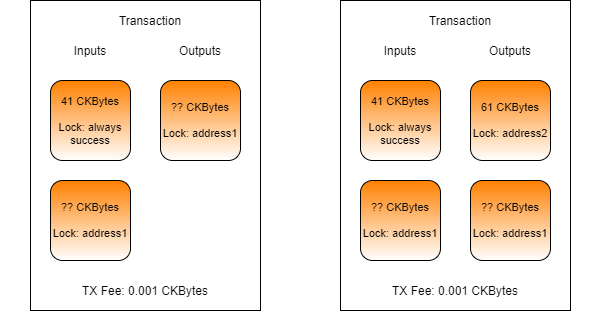
Above: .gitbook/assets/transaction-compare.png in jordanmack/developer-training-course-documentation (draw.io), before the change. Source tidied: cells renumbered, new cells last; positions are measured from the earlier drawing's top-left corner, leaving out a move shared by most shapes. Source of this version:
```xml
<mxGraphModel>
  <root>
    <mxCell id="0" />
    <mxCell id="1" parent="0" />
    <mxCell id="2" style="rounded=0;whiteSpace=wrap;html=1;" parent="1" vertex="1">
      <mxGeometry x="30" width="230" height="310" as="geometry" />
    </mxCell>
    <mxCell id="3" value="Transaction" style="text;html=1;strokeColor=none;fillColor=none;align=center;verticalAlign=middle;whiteSpace=wrap;rounded=0;" parent="1" vertex="1">
      <mxGeometry y="10" width="300" height="20" as="geometry" />
    </mxCell>
    <mxCell id="4" value="Inputs" style="text;html=1;strokeColor=none;fillColor=none;align=center;verticalAlign=middle;whiteSpace=wrap;rounded=0;" parent="1" vertex="1">
      <mxGeometry x="55" y="40" width="70" height="20" as="geometry" />
    </mxCell>
    <mxCell id="5" value="Outputs" style="text;html=1;strokeColor=none;fillColor=none;align=center;verticalAlign=middle;whiteSpace=wrap;rounded=0;" parent="1" vertex="1">
      <mxGeometry x="165" y="40" width="70" height="20" as="geometry" />
    </mxCell>
    <mxCell id="6" value="TX Fee: 0.001 CKBytes" style="text;html=1;strokeColor=none;fillColor=none;align=center;verticalAlign=middle;whiteSpace=wrap;rounded=0;" parent="1" vertex="1">
      <mxGeometry x="45" y="280" width="200" height="20" as="geometry" />
    </mxCell>
    <mxCell id="7" value="?? CKBytes&lt;br&gt;&lt;br&gt;Lock: address1" style="rounded=1;whiteSpace=wrap;html=1;fontSize=11;gradientColor=#ffffff;fillColor=#FF8000;" parent="1" vertex="1">
      <mxGeometry x="160" y="80" width="80" height="80" as="geometry" />
    </mxCell>
    <mxCell id="8" value="41 CKBytes&lt;br&gt;&lt;br&gt;Lock: always success" style="rounded=1;whiteSpace=wrap;html=1;fontSize=11;gradientColor=#ffffff;fillColor=#FF8000;" parent="1" vertex="1">
      <mxGeometry x="50" y="80" width="80" height="80" as="geometry" />
    </mxCell>
    <mxCell id="9" style="rounded=0;whiteSpace=wrap;html=1;" parent="1" vertex="1">
      <mxGeometry x="340" width="230" height="310" as="geometry" />
    </mxCell>
    <mxCell id="10" value="Transaction" style="text;html=1;strokeColor=none;fillColor=none;align=center;verticalAlign=middle;whiteSpace=wrap;rounded=0;" parent="1" vertex="1">
      <mxGeometry x="310" y="10" width="300" height="20" as="geometry" />
    </mxCell>
    <mxCell id="11" value="Inputs" style="text;html=1;strokeColor=none;fillColor=none;align=center;verticalAlign=middle;whiteSpace=wrap;rounded=0;" parent="1" vertex="1">
      <mxGeometry x="365" y="40" width="70" height="20" as="geometry" />
    </mxCell>
    <mxCell id="12" value="Outputs" style="text;html=1;strokeColor=none;fillColor=none;align=center;verticalAlign=middle;whiteSpace=wrap;rounded=0;" parent="1" vertex="1">
      <mxGeometry x="475" y="40" width="70" height="20" as="geometry" />
    </mxCell>
    <mxCell id="13" value="TX Fee: 0.001 CKBytes" style="text;html=1;strokeColor=none;fillColor=none;align=center;verticalAlign=middle;whiteSpace=wrap;rounded=0;" parent="1" vertex="1">
      <mxGeometry x="355" y="280" width="200" height="20" as="geometry" />
    </mxCell>
    <mxCell id="14" value="61 CKBytes&lt;br&gt;&lt;br&gt;Lock: address2" style="rounded=1;whiteSpace=wrap;html=1;fontSize=11;gradientColor=#ffffff;fillColor=#FF8000;" parent="1" vertex="1">
      <mxGeometry x="470" y="80" width="80" height="80" as="geometry" />
    </mxCell>
    <mxCell id="15" value="41 CKBytes&lt;br&gt;&lt;br&gt;Lock: always success" style="rounded=1;whiteSpace=wrap;html=1;fontSize=11;gradientColor=#ffffff;fillColor=#FF8000;" parent="1" vertex="1">
      <mxGeometry x="360" y="80" width="80" height="80" as="geometry" />
    </mxCell>
    <mxCell id="16" value="?? CKBytes&lt;br&gt;&lt;br&gt;Lock: address1" style="rounded=1;whiteSpace=wrap;html=1;fontSize=11;gradientColor=#ffffff;fillColor=#FF8000;" parent="1" vertex="1">
      <mxGeometry x="470" y="180" width="80" height="80" as="geometry" />
    </mxCell>
    <mxCell id="17" value="?? CKBytes&lt;br&gt;&lt;br&gt;Lock: address1" style="rounded=1;whiteSpace=wrap;html=1;fontSize=11;gradientColor=#ffffff;fillColor=#FF8000;" parent="1" vertex="1">
      <mxGeometry x="360" y="180" width="80" height="80" as="geometry" />
    </mxCell>
    <mxCell id="18" value="?? CKBytes&lt;br&gt;&lt;br&gt;Lock: address1" style="rounded=1;whiteSpace=wrap;html=1;fontSize=11;gradientColor=#ffffff;fillColor=#FF8000;" parent="1" vertex="1">
      <mxGeometry x="50" y="180" width="80" height="80" as="geometry" />
    </mxCell>
  </root>
</mxGraphModel>
```
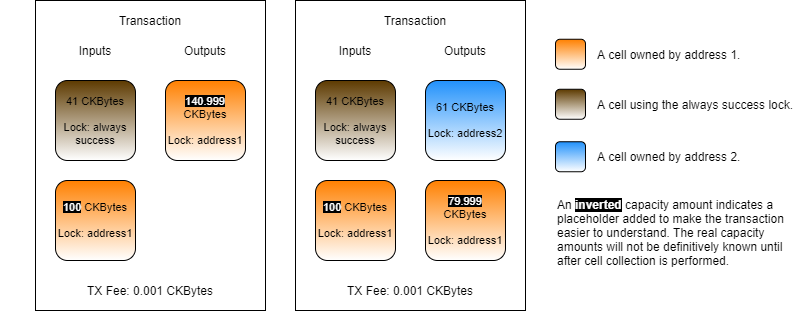
Later version of the same file.

Commit message:
GitBook: [master] no pages and one asset modified

Diff of the diagram source:
```diff
@@ -3,25 +3,25 @@
     <mxCell id="0" />
     <mxCell id="1" parent="0" />
     <mxCell id="2" style="rounded=0;whiteSpace=wrap;html=1;" parent="1" vertex="1">
-      <mxGeometry x="30" width="230" height="310" as="geometry" />
+      <mxGeometry x="80" width="230" height="310" as="geometry" />
     </mxCell>
     <mxCell id="3" value="Transaction" style="text;html=1;strokeColor=none;fillColor=none;align=center;verticalAlign=middle;whiteSpace=wrap;rounded=0;" parent="1" vertex="1">
-      <mxGeometry y="10" width="300" height="20" as="geometry" />
+      <mxGeometry x="45" y="10" width="300" height="20" as="geometry" />
     </mxCell>
     <mxCell id="4" value="Inputs" style="text;html=1;strokeColor=none;fillColor=none;align=center;verticalAlign=middle;whiteSpace=wrap;rounded=0;" parent="1" vertex="1">
-      <mxGeometry x="55" y="40" width="70" height="20" as="geometry" />
+      <mxGeometry x="105" y="40" width="70" height="20" as="geometry" />
     </mxCell>
     <mxCell id="5" value="Outputs" style="text;html=1;strokeColor=none;fillColor=none;align=center;verticalAlign=middle;whiteSpace=wrap;rounded=0;" parent="1" vertex="1">
-      <mxGeometry x="165" y="40" width="70" height="20" as="geometry" />
+      <mxGeometry x="215" y="40" width="70" height="20" as="geometry" />
     </mxCell>
     <mxCell id="6" value="TX Fee: 0.001 CKBytes" style="text;html=1;strokeColor=none;fillColor=none;align=center;verticalAlign=middle;whiteSpace=wrap;rounded=0;" parent="1" vertex="1">
-      <mxGeometry x="45" y="280" width="200" height="20" as="geometry" />
+      <mxGeometry x="95" y="280" width="200" height="20" as="geometry" />
     </mxCell>
-    <mxCell id="7" value="?? CKBytes&lt;br&gt;&lt;br&gt;Lock: address1" style="rounded=1;whiteSpace=wrap;html=1;fontSize=11;gradientColor=#ffffff;fillColor=#FF8000;" parent="1" vertex="1">
-      <mxGeometry x="160" y="80" width="80" height="80" as="geometry" />
+    <mxCell id="7" value="&lt;span style=&quot;color: rgb(255 , 255 , 255) ; background-color: rgb(0 , 0 , 0)&quot;&gt;140.999&lt;br&gt;&lt;/span&gt;CKBytes&lt;br&gt;&lt;br&gt;Lock: address1" style="rounded=1;whiteSpace=wrap;html=1;fontSize=11;gradientColor=#ffffff;fillColor=#FF8000;" parent="1" vertex="1">
+      <mxGeometry x="210" y="80" width="80" height="80" as="geometry" />
     </mxCell>
-    <mxCell id="8" value="41 CKBytes&lt;br&gt;&lt;br&gt;Lock: always success" style="rounded=1;whiteSpace=wrap;html=1;fontSize=11;gradientColor=#ffffff;fillColor=#FF8000;" parent="1" vertex="1">
-      <mxGeometry x="50" y="80" width="80" height="80" as="geometry" />
+    <mxCell id="8" value="41 CKBytes&lt;br&gt;&lt;br&gt;Lock: always success" style="rounded=1;whiteSpace=wrap;html=1;fontSize=11;gradientColor=#ffffff;fillColor=#5D3A00;" parent="1" vertex="1">
+      <mxGeometry x="100" y="80" width="80" height="80" as="geometry" />
     </mxCell>
     <mxCell id="9" style="rounded=0;whiteSpace=wrap;html=1;" parent="1" vertex="1">
       <mxGeometry x="340" width="230" height="310" as="geometry" />
@@ -38,20 +38,41 @@
     <mxCell id="13" value="TX Fee: 0.001 CKBytes" style="text;html=1;strokeColor=none;fillColor=none;align=center;verticalAlign=middle;whiteSpace=wrap;rounded=0;" parent="1" vertex="1">
       <mxGeometry x="355" y="280" width="200" height="20" as="geometry" />
     </mxCell>
-    <mxCell id="14" value="61 CKBytes&lt;br&gt;&lt;br&gt;Lock: address2" style="rounded=1;whiteSpace=wrap;html=1;fontSize=11;gradientColor=#ffffff;fillColor=#FF8000;" parent="1" vertex="1">
+    <mxCell id="14" value="61 CKBytes&lt;br&gt;&lt;br&gt;Lock: address2" style="rounded=1;whiteSpace=wrap;html=1;fontSize=11;gradientColor=#ffffff;fillColor=#2191FB;" parent="1" vertex="1">
       <mxGeometry x="470" y="80" width="80" height="80" as="geometry" />
     </mxCell>
-    <mxCell id="15" value="41 CKBytes&lt;br&gt;&lt;br&gt;Lock: always success" style="rounded=1;whiteSpace=wrap;html=1;fontSize=11;gradientColor=#ffffff;fillColor=#FF8000;" parent="1" vertex="1">
+    <mxCell id="15" value="41 CKBytes&lt;br&gt;&lt;br&gt;Lock: always success" style="rounded=1;whiteSpace=wrap;html=1;fontSize=11;gradientColor=#ffffff;fillColor=#5D3A00;" parent="1" vertex="1">
       <mxGeometry x="360" y="80" width="80" height="80" as="geometry" />
     </mxCell>
-    <mxCell id="16" value="?? CKBytes&lt;br&gt;&lt;br&gt;Lock: address1" style="rounded=1;whiteSpace=wrap;html=1;fontSize=11;gradientColor=#ffffff;fillColor=#FF8000;" parent="1" vertex="1">
+    <mxCell id="16" value="&lt;font color=&quot;#ffffff&quot; style=&quot;background-color: rgb(0 , 0 , 0)&quot;&gt;79.999&lt;/font&gt;&lt;br&gt;CKBytes&lt;br&gt;&lt;br&gt;Lock: address1" style="rounded=1;whiteSpace=wrap;html=1;fontSize=11;gradientColor=#ffffff;fillColor=#FF8000;" parent="1" vertex="1">
       <mxGeometry x="470" y="180" width="80" height="80" as="geometry" />
     </mxCell>
-    <mxCell id="17" value="?? CKBytes&lt;br&gt;&lt;br&gt;Lock: address1" style="rounded=1;whiteSpace=wrap;html=1;fontSize=11;gradientColor=#ffffff;fillColor=#FF8000;" parent="1" vertex="1">
+    <mxCell id="17" value="&lt;span style=&quot;color: rgb(255 , 255 , 255) ; background-color: rgb(0 , 0 , 0)&quot;&gt;100&lt;/span&gt;&amp;nbsp;CKBytes&lt;br&gt;&lt;br&gt;Lock: address1" style="rounded=1;whiteSpace=wrap;html=1;fontSize=11;gradientColor=#ffffff;fillColor=#FF8000;" parent="1" vertex="1">
       <mxGeometry x="360" y="180" width="80" height="80" as="geometry" />
     </mxCell>
-    <mxCell id="18" value="?? CKBytes&lt;br&gt;&lt;br&gt;Lock: address1" style="rounded=1;whiteSpace=wrap;html=1;fontSize=11;gradientColor=#ffffff;fillColor=#FF8000;" parent="1" vertex="1">
-      <mxGeometry x="50" y="180" width="80" height="80" as="geometry" />
+    <mxCell id="18" value="&lt;span style=&quot;background-color: rgb(0 , 0 , 0)&quot;&gt;&lt;font color=&quot;#ffffff&quot;&gt;100&lt;/font&gt;&lt;/span&gt;&amp;nbsp;CKBytes&lt;br&gt;&lt;br&gt;Lock: address1" style="rounded=1;whiteSpace=wrap;html=1;fontSize=11;gradientColor=#ffffff;fillColor=#FF8000;" parent="1" vertex="1">
+      <mxGeometry x="100" y="180" width="80" height="80" as="geometry" />
     </mxCell>
+    <mxCell id="19" style="rounded=1;whiteSpace=wrap;html=1;gradientColor=#ffffff;fillColor=#5D3A00;" parent="1" vertex="1">
+      <mxGeometry x="600" y="88.8" width="30" height="30" as="geometry" />
+    </mxCell>
+    <mxCell id="20" style="rounded=1;whiteSpace=wrap;html=1;gradientColor=#ffffff;fillColor=#FF8000;" parent="1" vertex="1">
+      <mxGeometry x="600" y="38.8" width="30" height="30" as="geometry" />
+    </mxCell>
+    <mxCell id="21" value="A cell owned by address 1." style="text;html=1;strokeColor=none;fillColor=none;align=left;verticalAlign=middle;whiteSpace=wrap;rounded=0;dashed=1;" parent="1" vertex="1">
+      <mxGeometry x="640" y="43.8" width="200" height="20" as="geometry" />
+    </mxCell>
+    <mxCell id="22" value="A cell using the always success lock." style="text;html=1;strokeColor=none;fillColor=none;align=left;verticalAlign=middle;whiteSpace=wrap;rounded=0;dashed=1;" parent="1" vertex="1">
+      <mxGeometry x="640" y="93.8" width="200" height="20" as="geometry" />
+    </mxCell>
+    <mxCell id="23" value="An&amp;nbsp;&lt;b&gt;&lt;font color=&quot;#ffffff&quot; style=&quot;background-color: rgb(0 , 0 , 0)&quot;&gt;inverted&lt;/font&gt;&lt;font color=&quot;#7f00ff&quot;&gt;&amp;nbsp;&lt;/font&gt;&lt;/b&gt;capacity amount indicates a placeholder added to make the transaction easier to understand. The real capacity amounts will not be definitively known until after cell collection is performed." style="text;html=1;strokeColor=none;fillColor=none;align=left;verticalAlign=top;whiteSpace=wrap;rounded=0;dashed=1;" parent="1" vertex="1">
+      <mxGeometry x="600" y="191.2" width="240" height="80" as="geometry" />
+    </mxCell>
+    <mxCell id="24" style="rounded=1;whiteSpace=wrap;html=1;gradientColor=#ffffff;fillColor=#2191FB;" parent="1" vertex="1">
+      <mxGeometry x="600" y="141.2" width="30" height="30" as="geometry" />
+    </mxCell>
+    <mxCell id="25" value="A cell owned by address 2." style="text;html=1;strokeColor=none;fillColor=none;align=left;verticalAlign=middle;whiteSpace=wrap;rounded=0;dashed=1;" parent="1" vertex="1">
+      <mxGeometry x="640" y="146.2" width="200" height="20" as="geometry" />
+    </mxCell>
   </root>
 </mxGraphModel>
```
